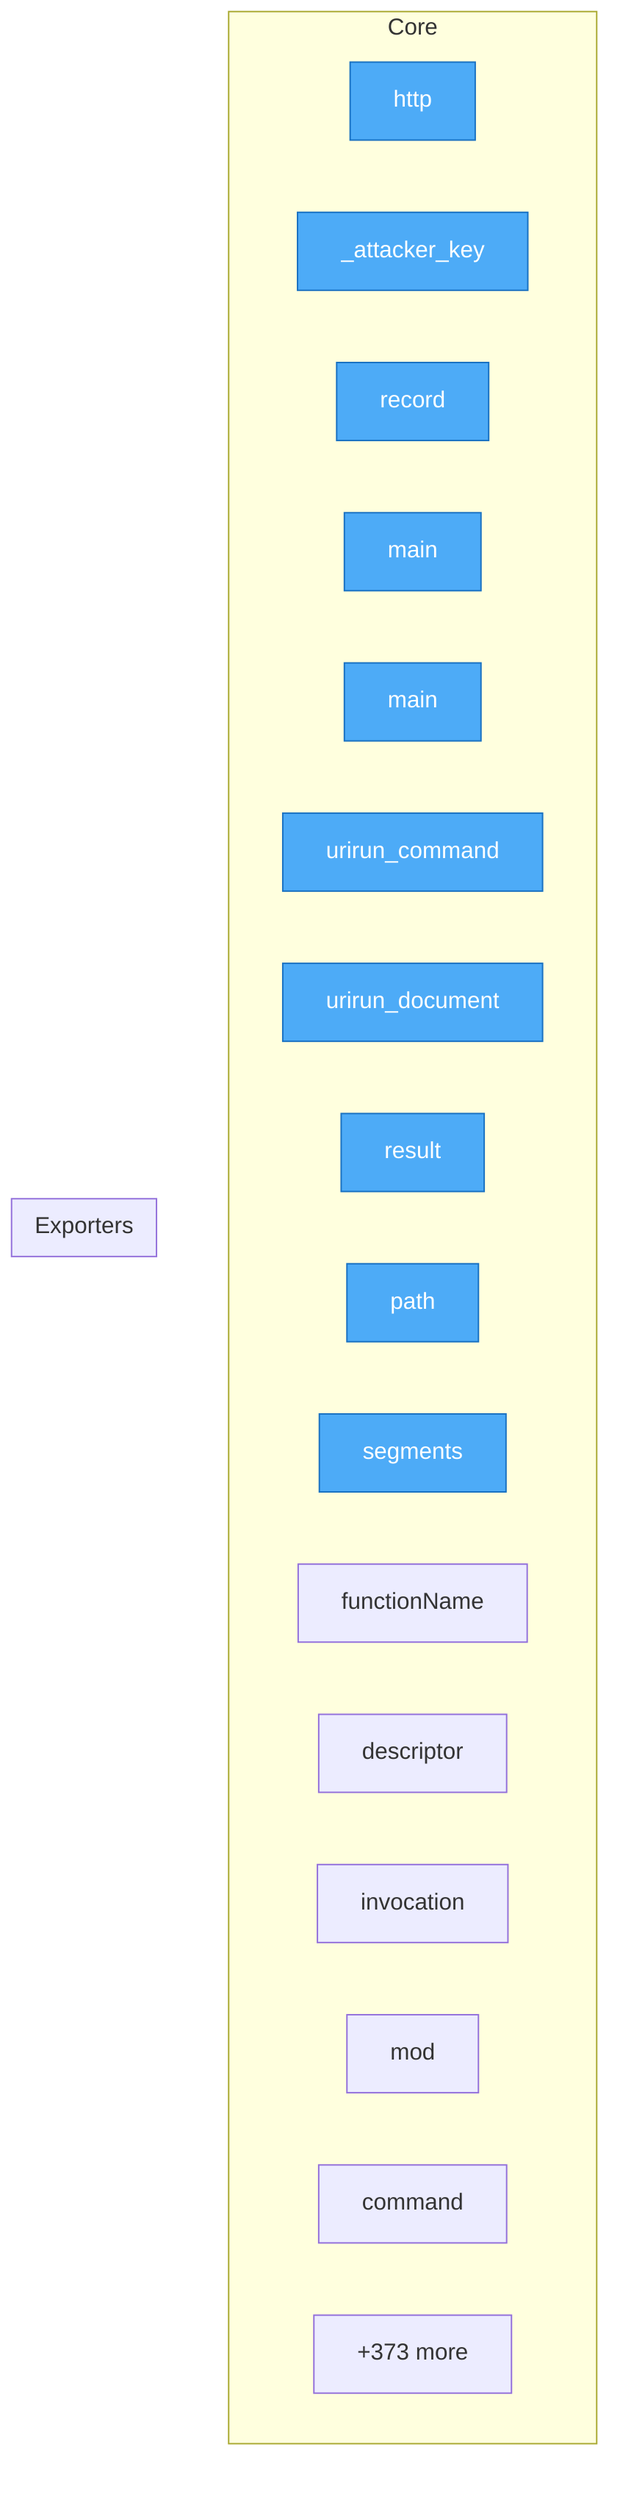
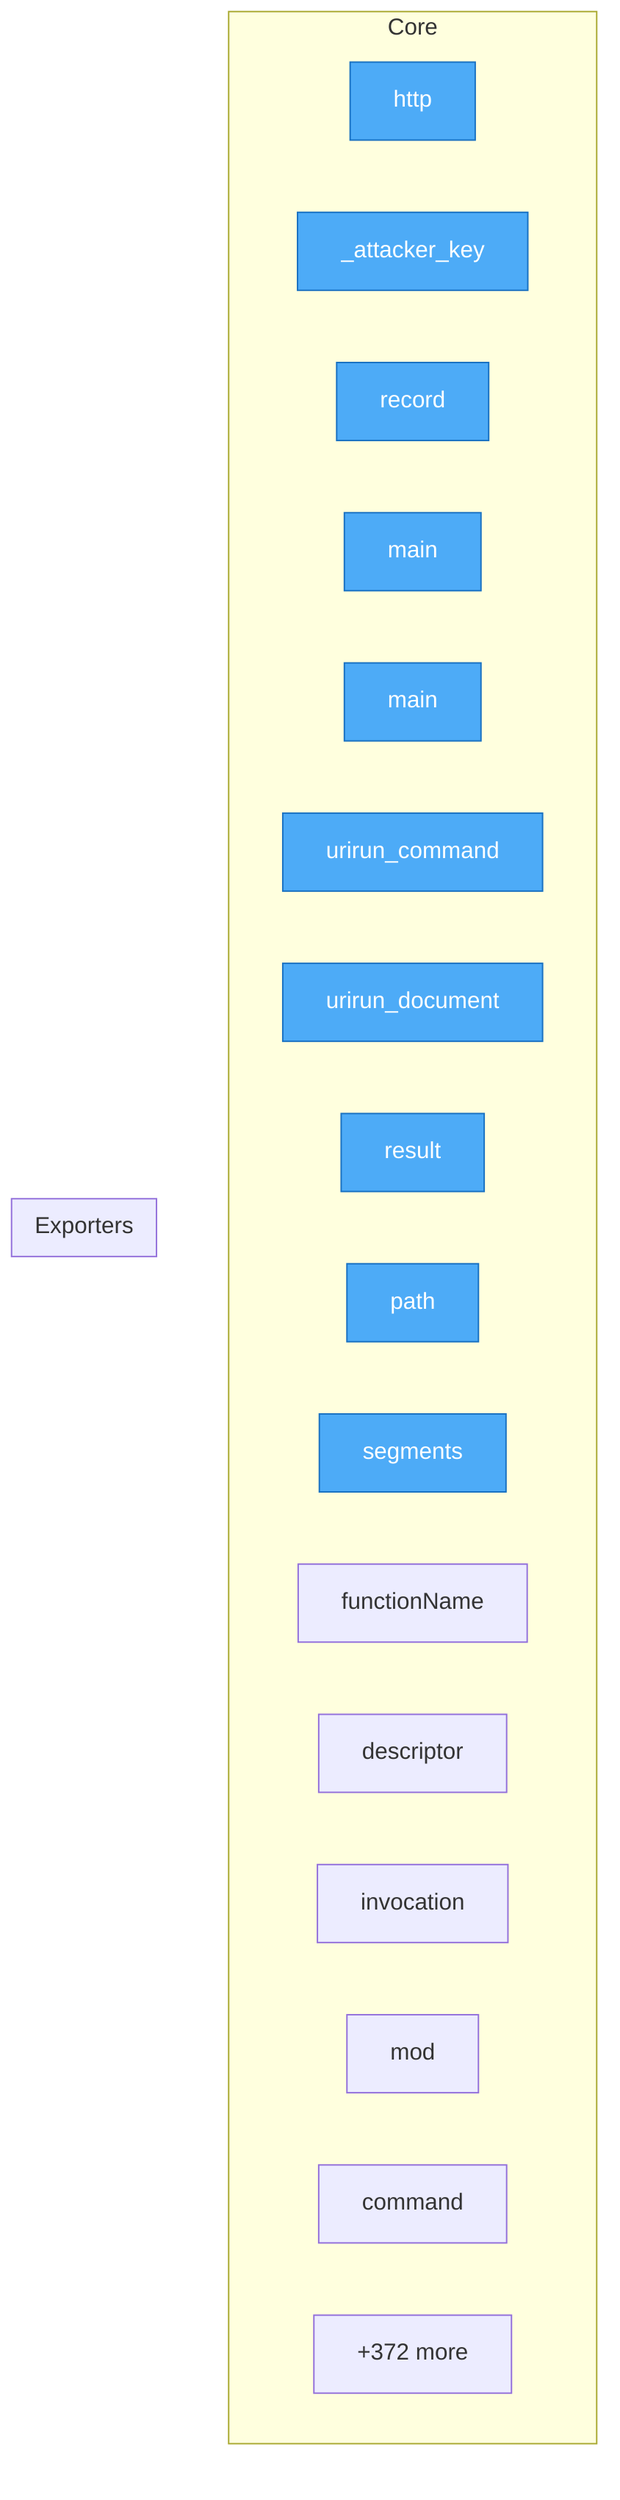
flowchart TD
%% generated in 0.03s

    %% Entry points (blue)
    classDef entry fill:#4dabf7,stroke:#1971c2,color:#fff

    subgraph Core
        security__mesh_probe__probe__http["http"]
        security__mesh_probe__probe___attacker_key["_attacker_key"]
        security__mesh_probe__probe__record["record"]
        adapters__conformance__main["main"]
        adapters__new_connector__main["main"]
        adapters__bash__urirun__urirun_command["urirun_command"]
        adapters__bash__urirun__urirun_document["urirun_document"]
        adapters__js__index__test__result["result"]
        adapters__js__path["path"]
        adapters__js__segments["segments"]
        adapters__js__functionName["functionName"]
        adapters__js__descriptor["descriptor"]
        adapters__js__invocation["invocation"]
        adapters__js__mod["mod"]
        adapters__java__Urirun__Urirun__command["command"]
-         ...["+373 more"]
+         ...["+372 more"]
    end

    subgraph Exporters
    end

    class security__mesh_probe__probe__http,security__mesh_probe__probe___attacker_key,security__mesh_probe__probe__record,adapters__conformance__main,adapters__new_connector__main,adapters__bash__urirun__urirun_command,adapters__bash__urirun__urirun_document,adapters__js__index__test__result,adapters__js__path,adapters__js__segments entry
